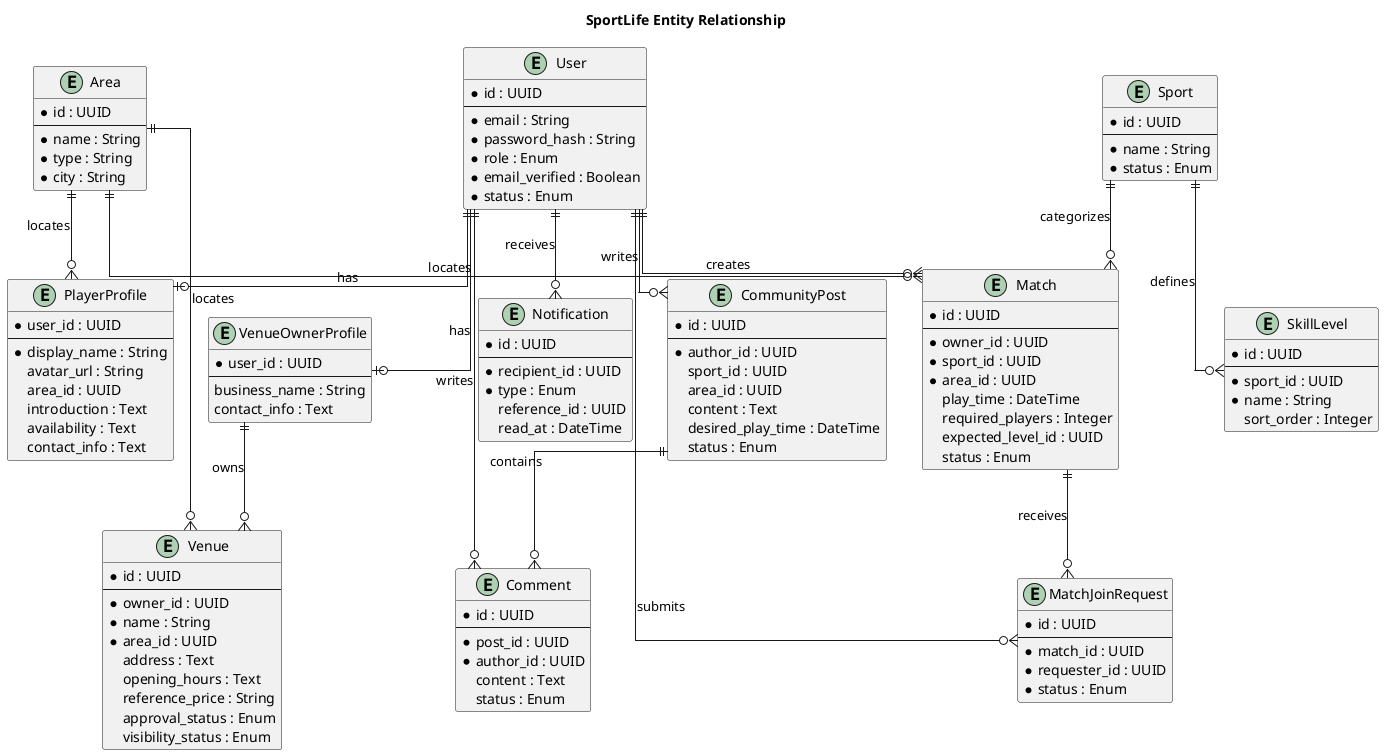
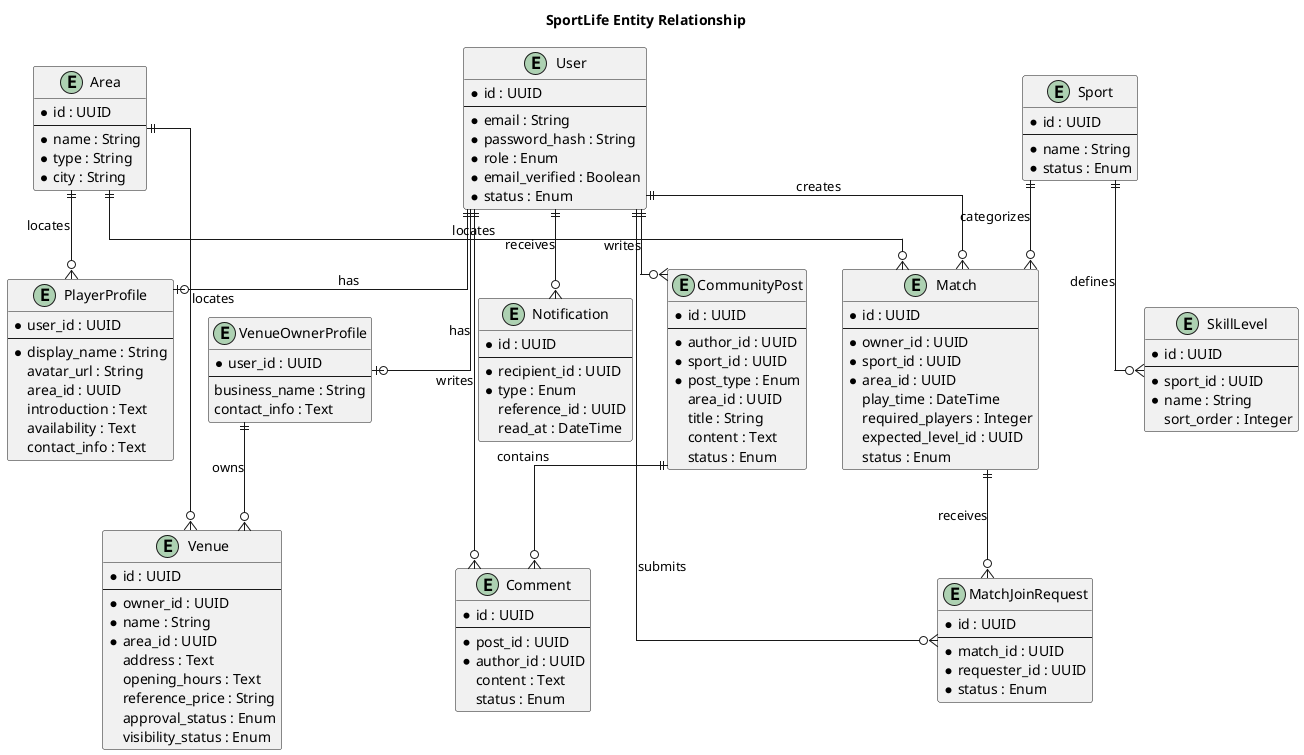
@startuml
skinparam entityStyle ascii
skinparam linetype ortho
title SportLife Entity Relationship

entity "User" as user {
  * id : UUID
  --
  * email : String
  * password_hash : String
  * role : Enum
  * email_verified : Boolean
  * status : Enum
}

entity "PlayerProfile" as player {
  * user_id : UUID
  --
  * display_name : String
  avatar_url : String
  area_id : UUID
  introduction : Text
  availability : Text
  contact_info : Text
}

entity "VenueOwnerProfile" as owner {
  * user_id : UUID
  --
  business_name : String
  contact_info : Text
}

entity "Sport" as sport {
  * id : UUID
  --
  * name : String
  * status : Enum
}

entity "SkillLevel" as level {
  * id : UUID
  --
  * sport_id : UUID
  * name : String
  sort_order : Integer
}

entity "Area" as area {
  * id : UUID
  --
  * name : String
  * type : String
  * city : String
}

entity "Venue" as venue {
  * id : UUID
  --
  * owner_id : UUID
  * name : String
  * area_id : UUID
  address : Text
  opening_hours : Text
  reference_price : String
  approval_status : Enum
  visibility_status : Enum
}

entity "Match" as match {
  * id : UUID
  --
  * owner_id : UUID
  * sport_id : UUID
  * area_id : UUID
  play_time : DateTime
  required_players : Integer
  expected_level_id : UUID
  status : Enum
}

entity "MatchJoinRequest" as request {
  * id : UUID
  --
  * match_id : UUID
  * requester_id : UUID
  * status : Enum
}

entity "CommunityPost" as post {
  * id : UUID
  --
  * author_id : UUID
-   sport_id : UUID
+   * sport_id : UUID
+   * post_type : Enum
  area_id : UUID
+   title : String
  content : Text
-   desired_play_time : DateTime
  status : Enum
}

entity "Comment" as comment {
  * id : UUID
  --
  * post_id : UUID
  * author_id : UUID
  content : Text
  status : Enum
}

entity "Notification" as notif {
  * id : UUID
  --
  * recipient_id : UUID
  * type : Enum
  reference_id : UUID
  read_at : DateTime
}

user ||--o| player : has
user ||--o| owner : has
owner ||--o{ venue : owns
area ||--o{ player : locates
area ||--o{ venue : locates
sport ||--o{ level : defines
user ||--o{ match : creates
sport ||--o{ match : categorizes
area ||--o{ match : locates
match ||--o{ request : receives
user ||--o{ request : submits
user ||--o{ post : writes
post ||--o{ comment : contains
user ||--o{ comment : writes
user ||--o{ notif : receives
@enduml
- 
